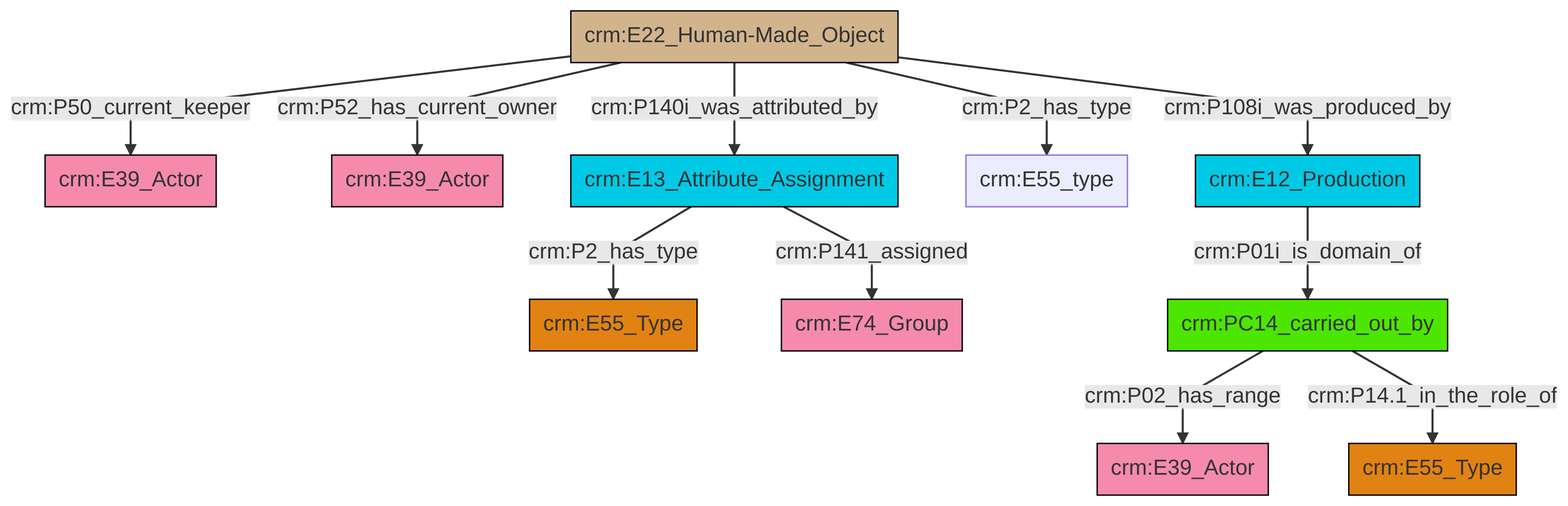
Earlier version of the Mermaid export et/artworkCSV/ttl/mmd/png/Artwork_Actor_Relations.png (swiss-art-research-net/reference-data-models). Its source is kept beside it as et/artworkCSV/ttl/mmd/Artwork_Actor_Relations.ttl.mmd. The source it was exported from:
```mermaid
graph TD
classDef Literal fill:#f2f2f2,stroke:#000000;
classDef CRM_Entity fill:#FFFFFF,stroke:#000000;
classDef Temporal_Entity fill:#00C9E6, stroke:#000000;
classDef Type fill:#E18312, stroke:#000000;
classDef Time-Span fill:#2C9C91, stroke:#000000;
classDef Appellation fill:#FFEB7F, stroke:#000000;
classDef Place fill:#008836, stroke:#000000;
classDef Persistent_Item fill:#B266B2, stroke:#000000;
classDef Conceptual_Object fill:#FFD700, stroke:#000000;
classDef Physical_Thing fill:#D2B48C, stroke:#000000;
classDef Actor fill:#f58aad, stroke:#000000;
classDef PC_Classes fill:#4ce600, stroke:#000000;
classDef Multi fill:#cccccc,stroke:#000000;

0["crm:E22_Human-Made_Object"]:::Physical_Thing -->|crm:P50_current_keeper| 1["crm:E39_Actor"]:::Actor
0["crm:E22_Human-Made_Object"]:::Physical_Thing -->|crm:P2_has_type| 9["crm:E55_type"]:::Default
0["crm:E22_Human-Made_Object"]:::Physical_Thing -->|crm:P52_has_current_owner| 2["crm:E39_Actor"]:::Actor
7["crm:E13_Attribute_Assignment"]:::Temporal_Entity -->|crm:P2_has_type| 12["crm:E55_Type"]:::Type
0["crm:E22_Human-Made_Object"]:::Physical_Thing -->|crm:P140i_was_attributed_by| 7["crm:E13_Attribute_Assignment"]:::Temporal_Entity
0["crm:E22_Human-Made_Object"]:::Physical_Thing -->|crm:P108i_was_produced_by| 13["crm:E12_Production"]:::Temporal_Entity
7["crm:E13_Attribute_Assignment"]:::Temporal_Entity -->|crm:P141_assigned| 17["crm:E74_Group"]:::Actor
13["crm:E12_Production"]:::Temporal_Entity -->|crm:P01i_is_domain_of| 21["crm:PC14_carried_out_by"]:::PC_Classes
21["crm:PC14_carried_out_by"]:::PC_Classes -->|crm:P02_has_range| 5["crm:E39_Actor"]:::Actor
21["crm:PC14_carried_out_by"]:::PC_Classes -->|crm:P14.1_in_the_role_of| 10["crm:E55_Type"]:::Type
```
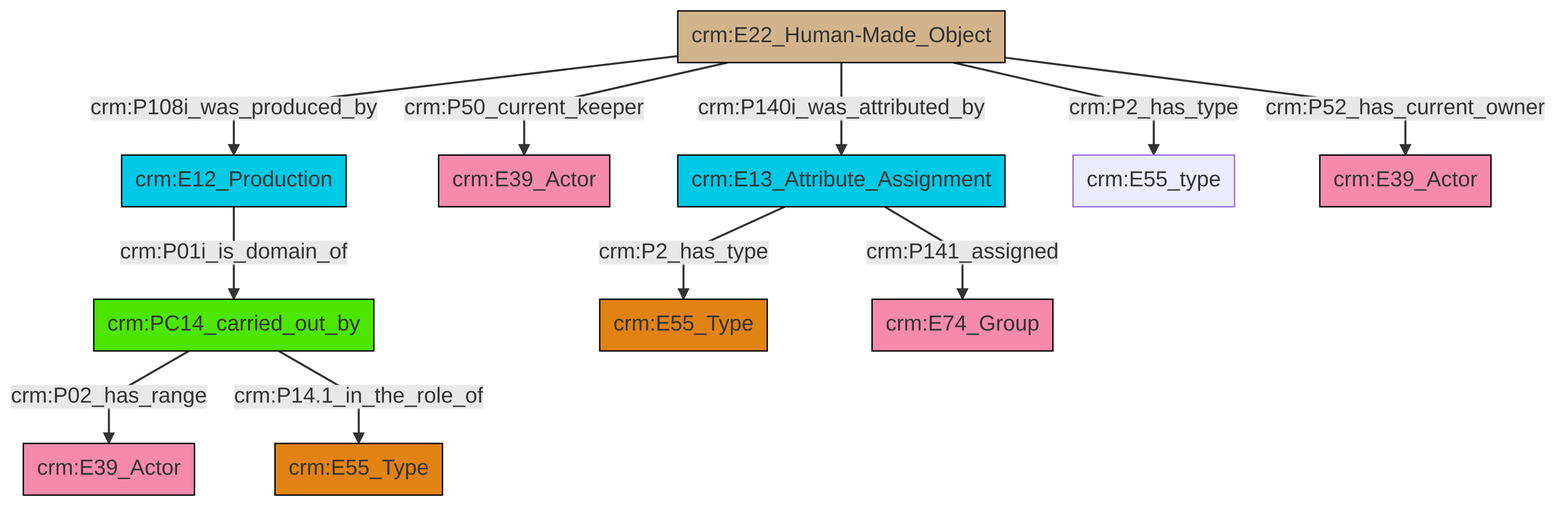
The same file after the commit.

The edit, as a diff of the source:
```diff
@@ -13,13 +13,13 @@
 classDef PC_Classes fill:#4ce600, stroke:#000000;
 classDef Multi fill:#cccccc,stroke:#000000;
 
-0["crm:E22_Human-Made_Object"]:::Physical_Thing -->|crm:P50_current_keeper| 1["crm:E39_Actor"]:::Actor
-0["crm:E22_Human-Made_Object"]:::Physical_Thing -->|crm:P2_has_type| 9["crm:E55_type"]:::Default
-0["crm:E22_Human-Made_Object"]:::Physical_Thing -->|crm:P52_has_current_owner| 2["crm:E39_Actor"]:::Actor
-7["crm:E13_Attribute_Assignment"]:::Temporal_Entity -->|crm:P2_has_type| 12["crm:E55_Type"]:::Type
-0["crm:E22_Human-Made_Object"]:::Physical_Thing -->|crm:P140i_was_attributed_by| 7["crm:E13_Attribute_Assignment"]:::Temporal_Entity
-0["crm:E22_Human-Made_Object"]:::Physical_Thing -->|crm:P108i_was_produced_by| 13["crm:E12_Production"]:::Temporal_Entity
-7["crm:E13_Attribute_Assignment"]:::Temporal_Entity -->|crm:P141_assigned| 17["crm:E74_Group"]:::Actor
-13["crm:E12_Production"]:::Temporal_Entity -->|crm:P01i_is_domain_of| 21["crm:PC14_carried_out_by"]:::PC_Classes
-21["crm:PC14_carried_out_by"]:::PC_Classes -->|crm:P02_has_range| 5["crm:E39_Actor"]:::Actor
-21["crm:PC14_carried_out_by"]:::PC_Classes -->|crm:P14.1_in_the_role_of| 10["crm:E55_Type"]:::Type
+2["crm:E12_Production"]:::Temporal_Entity -->|crm:P01i_is_domain_of| 3["crm:PC14_carried_out_by"]:::PC_Classes
+12["crm:E13_Attribute_Assignment"]:::Temporal_Entity -->|crm:P2_has_type| 0["crm:E55_Type"]:::Type
+3["crm:PC14_carried_out_by"]:::PC_Classes -->|crm:P02_has_range| 13["crm:E39_Actor"]:::Actor
+3["crm:PC14_carried_out_by"]:::PC_Classes -->|crm:P14.1_in_the_role_of| 17["crm:E55_Type"]:::Type
+4["crm:E22_Human-Made_Object"]:::Physical_Thing -->|crm:P108i_was_produced_by| 2["crm:E12_Production"]:::Temporal_Entity
+4["crm:E22_Human-Made_Object"]:::Physical_Thing -->|crm:P50_current_keeper| 14["crm:E39_Actor"]:::Actor
+12["crm:E13_Attribute_Assignment"]:::Temporal_Entity -->|crm:P141_assigned| 9["crm:E74_Group"]:::Actor
+4["crm:E22_Human-Made_Object"]:::Physical_Thing -->|crm:P140i_was_attributed_by| 12["crm:E13_Attribute_Assignment"]:::Temporal_Entity
+4["crm:E22_Human-Made_Object"]:::Physical_Thing -->|crm:P2_has_type| 20["crm:E55_type"]:::Default
+4["crm:E22_Human-Made_Object"]:::Physical_Thing -->|crm:P52_has_current_owner| 6["crm:E39_Actor"]:::Actor
```
